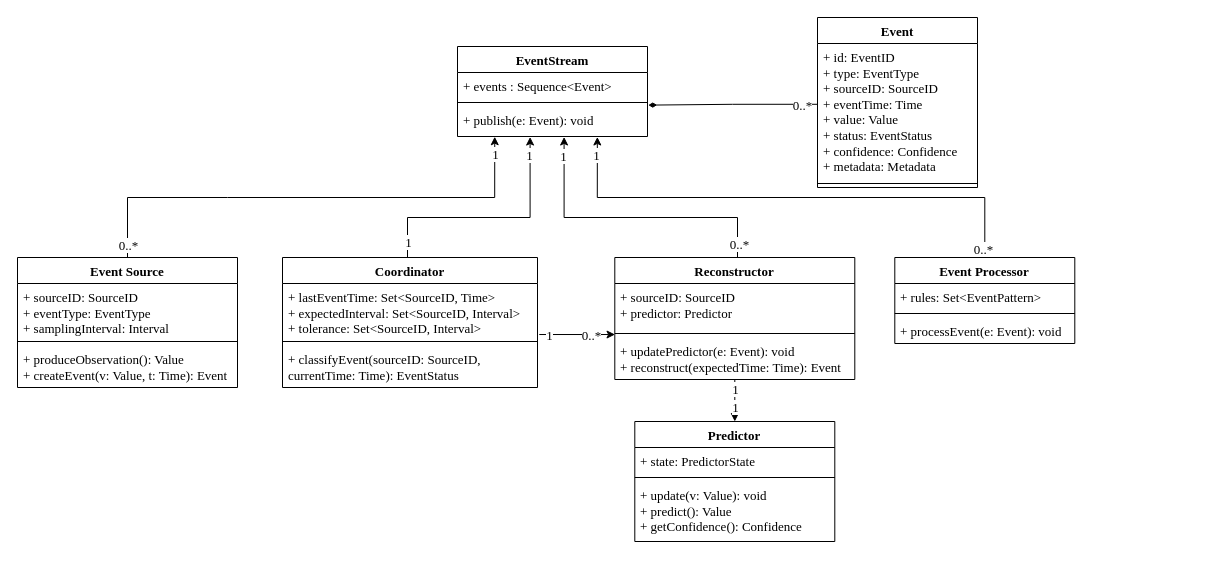
The draw.io diagram docs/Diagrams/Domain Model.drawio in ssm-lab/sots_cep, before the edit. Source tidied: cells renumbered, new cells numbered last; positions are measured from the earlier drawing's top-left corner, leaving out a move shared by most shapes. Both pictures are drawn from the tidied source at 100%, with x=0, y=0 at pixel (17, 17).
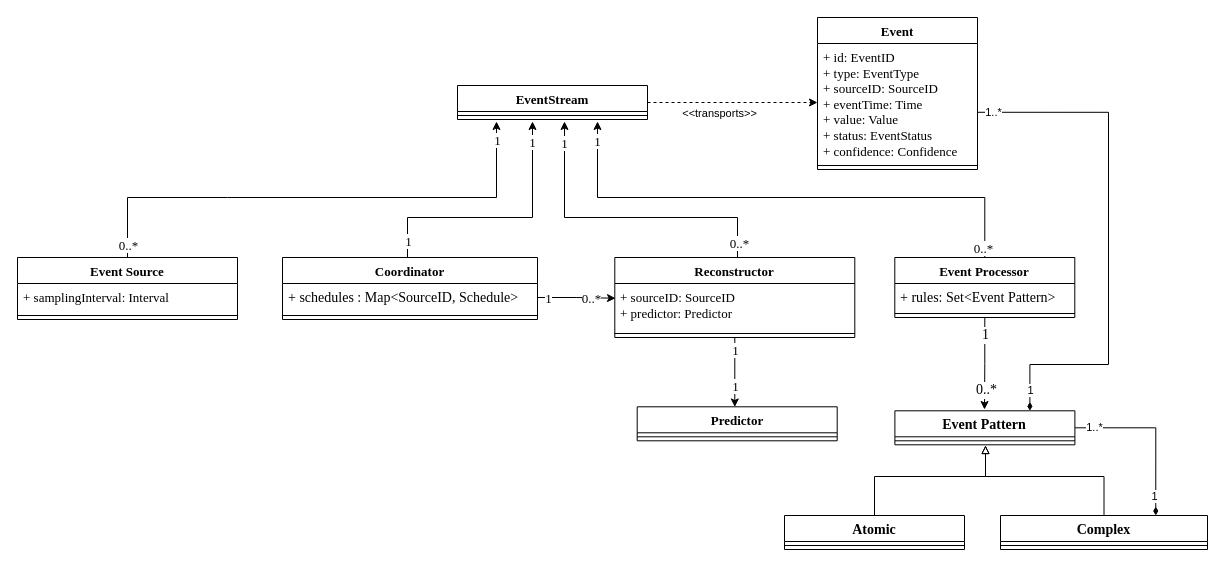
After the change.

The change refers to these unchanged cells:
```xml
<mxCell id="24" value="+ sourceID: SourceID&lt;div&gt;+ predictor: Predictor&lt;/div&gt;" style="text;strokeColor=none;fillColor=none;align=left;verticalAlign=top;spacingLeft=4;spacingRight=4;overflow=hidden;points=[[0,0.5],[1,0.5]];portConstraint=eastwest;whiteSpace=wrap;html=1;fontFamily=Times New Roman;fontSize=13;" parent="23" vertex="1">
  <mxGeometry y="26" width="240" height="46" as="geometry" />
</mxCell>
```

Diff of the diagram source:
```diff
@@
+    <mxCell id="49" style="edgeStyle=orthogonalEdgeStyle;rounded=0;jettySize=auto;html=1;exitX=1;exitY=0.5;exitDx=0;exitDy=0;entryX=0;entryY=0.5;entryDx=0;entryDy=0;dashed=1;" parent="1" edge="1" source="2" target="7">
+      <mxGeometry relative="1" as="geometry" />
+    </mxCell>
+    <mxCell id="50" value="&amp;lt;&amp;lt;transports&amp;gt;&amp;gt;" style="edgeLabel;html=1;align=center;verticalAlign=middle;" parent="49" vertex="1">
+      <mxGeometry x="-0.17" relative="1" as="geometry">
+        <mxPoint y="10" as="offset" />
+      </mxGeometry>
+    </mxCell>
     <mxCell id="2" value="EventStream" style="swimlane;fontStyle=1;align=center;verticalAlign=top;horizontal=1;startSize=26;whiteSpace=wrap;html=1;fontFamily=Times New Roman;fontSize=13;" parent="1" vertex="1">
-      <mxGeometry x="440" y="29" width="190" height="90" as="geometry" />
+      <mxGeometry x="440" y="68" width="190" height="34" as="geometry" />
     </mxCell>
-    <mxCell id="3" value="+&amp;nbsp;events : Sequence&amp;lt;Event&amp;gt;" style="text;strokeColor=none;fillColor=none;align=left;verticalAlign=top;spacingLeft=4;spacingRight=4;overflow=hidden;whiteSpace=wrap;html=1;fontFamily=Times New Roman;fontSize=13;" parent="2" vertex="1">
-      <mxGeometry y="26" width="190" height="26" as="geometry" />
-    </mxCell>
     <mxCell id="4" style="line;strokeWidth=1;fillColor=none;align=left;verticalAlign=middle;spacingTop=-1;spacingLeft=3;spacingRight=3;labelPosition=right;strokeColor=inherit;fontFamily=Times New Roman;fontSize=13;" parent="2" vertex="1">
-      <mxGeometry y="52" width="190" height="8" as="geometry" />
+      <mxGeometry y="26" width="190" height="8" as="geometry" />
     </mxCell>
-    <mxCell id="5" value="+ publish(e: Event): void" style="text;strokeColor=none;fillColor=none;align=left;verticalAlign=top;spacingLeft=4;spacingRight=4;overflow=hidden;points=[[0,0.5],[1,0.5]];portConstraint=eastwest;whiteSpace=wrap;html=1;fontFamily=Times New Roman;fontSize=13;" parent="2" vertex="1">
-      <mxGeometry y="60" width="190" height="30" as="geometry" />
-    </mxCell>
     <mxCell id="6" value="Event" style="swimlane;fontStyle=1;align=center;verticalAlign=top;horizontal=1;startSize=26;whiteSpace=wrap;html=1;fontFamily=Times New Roman;fontSize=13;" parent="1" vertex="1">
-      <mxGeometry x="800" width="160" height="170" as="geometry" />
+      <mxGeometry x="800" width="160" height="152" as="geometry" />
     </mxCell>
-    <mxCell id="7" value="+ id: EventID&lt;div&gt;+ type: EventType&lt;/div&gt;&lt;div&gt;+ sourceID: SourceID&lt;/div&gt;&lt;div&gt;+ eventTime: Time&lt;/div&gt;&lt;div&gt;+ value: Value&lt;/div&gt;&lt;div&gt;+ status: EventStatus&lt;/div&gt;&lt;div&gt;+ confidence: Confidence&lt;/div&gt;&lt;div&gt;+ metadata: Metadata&lt;/div&gt;" style="text;strokeColor=none;fillColor=none;align=left;verticalAlign=top;spacingLeft=4;spacingRight=4;overflow=hidden;points=[[0,0.5],[1,0.5]];portConstraint=eastwest;whiteSpace=wrap;html=1;fontFamily=Times New Roman;fontSize=13;" parent="6" vertex="1">
-      <mxGeometry y="26" width="160" height="136" as="geometry" />
+    <mxCell id="7" value="+ id: EventID&lt;div&gt;+ type: EventType&lt;/div&gt;&lt;div&gt;+ sourceID: SourceID&lt;/div&gt;&lt;div&gt;+ eventTime: Time&lt;/div&gt;&lt;div&gt;+ value: Value&lt;/div&gt;&lt;div&gt;+ status: EventStatus&lt;/div&gt;&lt;div&gt;+ confidence: Confidence&lt;/div&gt;" style="text;strokeColor=none;fillColor=none;align=left;verticalAlign=top;spacingLeft=4;spacingRight=4;overflow=hidden;points=[[0,0.5],[1,0.5]];portConstraint=eastwest;whiteSpace=wrap;html=1;fontFamily=Times New Roman;fontSize=13;" parent="6" vertex="1">
+      <mxGeometry y="26" width="160" height="118" as="geometry" />
     </mxCell>
     <mxCell id="8" style="line;strokeWidth=1;fillColor=none;align=left;verticalAlign=middle;spacingTop=-1;spacingLeft=3;spacingRight=3;labelPosition=right;strokeColor=inherit;fontFamily=Times New Roman;fontSize=13;" parent="6" vertex="1">
-      <mxGeometry y="162" width="160" height="8" as="geometry" />
+      <mxGeometry y="144" width="160" height="8" as="geometry" />
     </mxCell>
     <mxCell id="9" value="Predictor" style="swimlane;fontStyle=1;align=center;verticalAlign=top;horizontal=1;startSize=26;whiteSpace=wrap;html=1;fontFamily=Times New Roman;fontSize=13;" parent="1" vertex="1">
-      <mxGeometry x="617.3" y="404" width="200" height="120" as="geometry" />
+      <mxGeometry x="619.7" y="389.3" width="200" height="34" as="geometry" />
     </mxCell>
-    <mxCell id="10" value="+ state: PredictorState" style="text;strokeColor=none;fillColor=none;align=left;verticalAlign=top;spacingLeft=4;spacingRight=4;overflow=hidden;whiteSpace=wrap;html=1;fontFamily=Times New Roman;fontSize=13;" parent="9" vertex="1">
-      <mxGeometry y="26" width="200" height="26" as="geometry" />
-    </mxCell>
     <mxCell id="11" style="line;strokeWidth=1;fillColor=none;align=left;verticalAlign=middle;spacingTop=-1;spacingLeft=3;spacingRight=3;labelPosition=right;strokeColor=inherit;fontFamily=Times New Roman;fontSize=13;" parent="9" vertex="1">
-      <mxGeometry y="52" width="200" height="8" as="geometry" />
+      <mxGeometry y="26" width="200" height="8" as="geometry" />
     </mxCell>
-    <mxCell id="12" value="+ update(v: Value): void&lt;div&gt;+ predict(): Value&lt;/div&gt;&lt;div&gt;+ getConfidence(): Confidence&lt;/div&gt;" style="text;strokeColor=none;fillColor=none;align=left;verticalAlign=top;spacingLeft=4;spacingRight=4;overflow=hidden;whiteSpace=wrap;html=1;fontFamily=Times New Roman;fontSize=13;" parent="9" vertex="1">
-      <mxGeometry y="60" width="200" height="60" as="geometry" />
-    </mxCell>
-    <mxCell id="13" style="edgeStyle=orthogonalEdgeStyle;rounded=0;jettySize=auto;html=1;exitX=1.007;exitY=0.945;exitDx=0;exitDy=0;entryX=0.001;entryY=-0.071;entryDx=0;entryDy=0;entryPerimeter=0;fontFamily=Times New Roman;fontSize=13;exitPerimeter=0;" parent="1" edge="1" source="17" target="26">
+    <mxCell id="13" style="edgeStyle=orthogonalEdgeStyle;rounded=0;jettySize=auto;html=1;exitX=1;exitY=0.5;exitDx=0;exitDy=0;entryX=0.003;entryY=0.32;entryDx=0;entryDy=0;fontFamily=Times New Roman;fontSize=13;entryPerimeter=0;" parent="1" edge="1" source="17" target="24">
       <mxGeometry relative="1" as="geometry" />
     </mxCell>
@@
     <mxCell id="16" value="Coordinator" style="swimlane;fontStyle=1;align=center;verticalAlign=top;horizontal=1;startSize=26;whiteSpace=wrap;html=1;fontFamily=Times New Roman;fontSize=13;" parent="1" vertex="1">
-      <mxGeometry x="265" y="240" width="255" height="130" as="geometry" />
+      <mxGeometry x="265" y="240" width="255" height="62" as="geometry" />
     </mxCell>
-    <mxCell id="17" value="+ lastEventTime: Set&amp;lt;SourceID, Time&amp;gt;&lt;div&gt;+ expectedInterval: Set&amp;lt;SourceID, Interval&amp;gt;&lt;/div&gt;&lt;div&gt;+ tolerance: Set&amp;lt;SourceID, Interval&amp;gt;&lt;/div&gt;" style="text;strokeColor=none;fillColor=none;align=left;verticalAlign=top;spacingLeft=4;spacingRight=4;overflow=hidden;points=[[0,0.5],[1,0.5]];portConstraint=eastwest;whiteSpace=wrap;html=1;fontFamily=Times New Roman;fontSize=13;" parent="16" vertex="1">
-      <mxGeometry y="26" width="255" height="54" as="geometry" />
+    <mxCell id="17" value="&lt;span style=&quot;font-size: 14px;&quot;&gt;+ schedules : Map&amp;lt;SourceID, Schedule&amp;gt;&lt;/span&gt;" style="text;strokeColor=none;fillColor=none;align=left;verticalAlign=top;spacingLeft=4;spacingRight=4;overflow=hidden;points=[[0,0.5],[1,0.5]];portConstraint=eastwest;whiteSpace=wrap;html=1;fontFamily=Times New Roman;fontSize=13;" parent="16" vertex="1">
+      <mxGeometry y="26" width="255" height="28" as="geometry" />
     </mxCell>
     <mxCell id="18" style="line;strokeWidth=1;fillColor=none;align=left;verticalAlign=middle;spacingTop=-1;spacingLeft=3;spacingRight=3;labelPosition=right;strokeColor=inherit;fontFamily=Times New Roman;fontSize=13;" parent="16" vertex="1">
-      <mxGeometry y="80" width="255" height="8" as="geometry" />
+      <mxGeometry y="54" width="255" height="8" as="geometry" />
     </mxCell>
-    <mxCell id="19" value="&lt;div&gt;&lt;span style=&quot;background-color: transparent; color: light-dark(rgb(0, 0, 0), rgb(255, 255, 255));&quot;&gt;+ classifyEvent(sourceID: SourceID, currentTime: Time): EventStatus&lt;/span&gt;&lt;/div&gt;" style="text;strokeColor=none;fillColor=none;align=left;verticalAlign=top;spacingLeft=4;spacingRight=4;overflow=hidden;whiteSpace=wrap;html=1;fontFamily=Times New Roman;fontSize=13;" parent="16" vertex="1">
-      <mxGeometry y="88" width="255" height="42" as="geometry" />
-    </mxCell>
-    <mxCell id="20" style="edgeStyle=orthogonalEdgeStyle;rounded=0;jettySize=auto;html=1;exitX=0.5;exitY=1;exitDx=0;exitDy=0;entryX=0.5;entryY=0;entryDx=0;entryDy=0;fontFamily=Times New Roman;fontSize=13;" parent="1" edge="1" source="23" target="9">
+    <mxCell id="20" style="edgeStyle=orthogonalEdgeStyle;rounded=0;jettySize=auto;html=1;exitX=0.5;exitY=1;exitDx=0;exitDy=0;entryX=0.488;entryY=0.005;entryDx=0;entryDy=0;fontFamily=Times New Roman;fontSize=13;entryPerimeter=0;" parent="1" edge="1" source="23" target="9">
       <mxGeometry relative="1" as="geometry" />
     </mxCell>
@@
     <mxCell id="23" value="Reconstructor" style="swimlane;fontStyle=1;align=center;verticalAlign=top;horizontal=1;startSize=26;whiteSpace=wrap;html=1;fontFamily=Times New Roman;fontSize=13;" parent="1" vertex="1">
-      <mxGeometry x="597.3" y="240" width="240" height="122" as="geometry" />
+      <mxGeometry x="597.3" y="240" width="240" height="80" as="geometry" />
     </mxCell>
@@
-    <mxCell id="26" value="+ updatePredictor(e: Event): void&lt;div&gt;+ reconstruct(expectedTime: Time): Event&lt;/div&gt;" style="text;strokeColor=none;fillColor=none;align=left;verticalAlign=top;spacingLeft=4;spacingRight=4;overflow=hidden;points=[[0,0.5],[1,0.5]];portConstraint=eastwest;whiteSpace=wrap;html=1;fontFamily=Times New Roman;fontSize=13;" parent="23" vertex="1">
-      <mxGeometry y="80" width="240" height="42" as="geometry" />
-    </mxCell>
-    <mxCell id="27" style="edgeStyle=orthogonalEdgeStyle;rounded=0;jettySize=auto;html=1;exitX=0.5;exitY=0;exitDx=0;exitDy=0;entryX=0.196;entryY=1.007;entryDx=0;entryDy=0;entryPerimeter=0;fontFamily=Times New Roman;fontSize=13;" parent="1" edge="1" source="30" target="5">
+    <mxCell id="27" style="edgeStyle=orthogonalEdgeStyle;rounded=0;jettySize=auto;html=1;exitX=0.5;exitY=0;exitDx=0;exitDy=0;fontFamily=Times New Roman;fontSize=13;" parent="1" edge="1" source="30">
       <mxGeometry relative="1" as="geometry">
+        <mxPoint x="479" y="104" as="targetPoint" />
         <Array as="points">
           <mxPoint x="210" y="180" />
           <mxPoint x="471" y="180" />
         </Array>
       </mxGeometry>
     </mxCell>
@@
     <mxCell id="30" value="Event Source" style="swimlane;fontStyle=1;align=center;verticalAlign=top;horizontal=1;startSize=26;whiteSpace=wrap;html=1;fontFamily=Times New Roman;fontSize=13;" parent="1" vertex="1">
-      <mxGeometry y="240" width="220" height="130" as="geometry" />
+      <mxGeometry y="240" width="220" height="62" as="geometry" />
     </mxCell>
-    <mxCell id="31" value="+ sourceID: SourceID&lt;div&gt;+ eventType: EventType&lt;/div&gt;&lt;div&gt;+ samplingInterval: Interval&lt;/div&gt;" style="text;strokeColor=none;fillColor=none;align=left;verticalAlign=top;spacingLeft=4;spacingRight=4;overflow=hidden;whiteSpace=wrap;html=1;fontFamily=Times New Roman;fontSize=13;" parent="30" vertex="1">
-      <mxGeometry y="26" width="220" height="54" as="geometry" />
+    <mxCell id="31" value="&lt;div&gt;+ samplingInterval: Interval&lt;/div&gt;" style="text;strokeColor=none;fillColor=none;align=left;verticalAlign=top;spacingLeft=4;spacingRight=4;overflow=hidden;whiteSpace=wrap;html=1;fontFamily=Times New Roman;fontSize=13;" parent="30" vertex="1">
+      <mxGeometry y="26" width="220" height="28" as="geometry" />
     </mxCell>
     <mxCell id="32" style="line;strokeWidth=1;fillColor=none;align=left;verticalAlign=middle;spacingTop=-1;spacingLeft=3;spacingRight=3;labelPosition=right;strokeColor=inherit;fontFamily=Times New Roman;fontSize=13;" parent="30" vertex="1">
-      <mxGeometry y="80" width="220" height="8" as="geometry" />
+      <mxGeometry y="54" width="220" height="8" as="geometry" />
     </mxCell>
-    <mxCell id="33" value="+ produceObservation(): Value&lt;div&gt;+ createEvent(v: Value, t: Time): Event&lt;/div&gt;" style="text;strokeColor=none;fillColor=none;align=left;verticalAlign=top;spacingLeft=4;spacingRight=4;overflow=hidden;whiteSpace=wrap;html=1;fontFamily=Times New Roman;fontSize=13;" parent="30" vertex="1">
-      <mxGeometry y="88" width="220" height="42" as="geometry" />
-    </mxCell>
     <mxCell id="34" value="Event Processor" style="swimlane;fontStyle=1;align=center;verticalAlign=top;horizontal=1;startSize=26;whiteSpace=wrap;html=1;fontFamily=Times New Roman;fontSize=13;" parent="1" vertex="1">
-      <mxGeometry x="877.3" y="240" width="180" height="86" as="geometry" />
+      <mxGeometry x="877.3" y="240" width="180" height="60" as="geometry" />
     </mxCell>
-    <mxCell id="35" value="+ rules: Set&amp;lt;EventPattern&amp;gt;" style="text;strokeColor=none;fillColor=none;align=left;verticalAlign=top;spacingLeft=4;spacingRight=4;overflow=hidden;whiteSpace=wrap;html=1;fontFamily=Times New Roman;fontSize=13;" parent="34" vertex="1">
+    <mxCell id="35" value="&lt;span style=&quot;font-size: 14px;&quot;&gt;+ rules: Set&amp;lt;Event Pattern&amp;gt;&lt;/span&gt;" style="text;strokeColor=none;fillColor=none;align=left;verticalAlign=top;spacingLeft=4;spacingRight=4;overflow=hidden;whiteSpace=wrap;html=1;fontFamily=Times New Roman;fontSize=13;" parent="34" vertex="1">
       <mxGeometry y="26" width="180" height="26" as="geometry" />
     </mxCell>
@@
-    <mxCell id="37" value="+ processEvent(e: Event): void" style="text;strokeColor=none;fillColor=none;align=left;verticalAlign=top;spacingLeft=4;spacingRight=4;overflow=hidden;whiteSpace=wrap;html=1;fontFamily=Times New Roman;fontSize=13;" parent="34" vertex="1">
-      <mxGeometry y="60" width="180" height="26" as="geometry" />
-    </mxCell>
-    <mxCell id="38" style="edgeStyle=orthogonalEdgeStyle;rounded=0;jettySize=auto;html=1;entryX=0.561;entryY=1.016;entryDx=0;entryDy=0;entryPerimeter=0;fontFamily=Times New Roman;fontSize=13;" parent="1" edge="1" target="5">
+    <mxCell id="38" style="edgeStyle=orthogonalEdgeStyle;rounded=0;orthogonalLoop=1;jettySize=auto;html=1;fontFamily=Times New Roman;fontSize=13;" parent="1" edge="1">
       <mxGeometry relative="1" as="geometry">
         <mxPoint x="720" y="240" as="sourcePoint" />
+        <mxPoint x="547" y="104" as="targetPoint" />
         <Array as="points">
           <mxPoint x="720" y="240" />
           <mxPoint x="720" y="200" />
           <mxPoint x="547" y="200" />
         </Array>
       </mxGeometry>
     </mxCell>
@@
-    <mxCell id="41" style="edgeStyle=orthogonalEdgeStyle;rounded=0;jettySize=auto;html=1;entryX=0.736;entryY=1.016;entryDx=0;entryDy=0;entryPerimeter=0;exitX=0.5;exitY=0;exitDx=0;exitDy=0;fontFamily=Times New Roman;fontSize=13;" parent="1" edge="1" source="34" target="5">
+    <mxCell id="41" style="edgeStyle=orthogonalEdgeStyle;rounded=0;jettySize=auto;html=1;exitX=0.5;exitY=0;exitDx=0;exitDy=0;fontFamily=Times New Roman;fontSize=13;" parent="1" edge="1" source="34">
       <mxGeometry relative="1" as="geometry">
+        <mxPoint x="580" y="104" as="targetPoint" />
         <Array as="points">
           <mxPoint x="967" y="180" />
           <mxPoint x="580" y="180" />
         </Array>
       </mxGeometry>
     </mxCell>
@@
-    <mxCell id="44" style="edgeStyle=orthogonalEdgeStyle;rounded=0;jettySize=auto;html=1;entryX=0.382;entryY=1.017;entryDx=0;entryDy=0;entryPerimeter=0;fontFamily=Times New Roman;fontSize=13;" parent="1" edge="1" target="5">
+    <mxCell id="44" style="edgeStyle=orthogonalEdgeStyle;rounded=0;orthogonalLoop=1;jettySize=auto;html=1;fontFamily=Times New Roman;fontSize=13;" parent="1" edge="1">
       <mxGeometry relative="1" as="geometry">
         <mxPoint x="390" y="240" as="sourcePoint" />
+        <mxPoint x="515" y="104" as="targetPoint" />
         <Array as="points">
           <mxPoint x="390" y="240" />
           <mxPoint x="390" y="200" />
           <mxPoint x="513" y="200" />
         </Array>
       </mxGeometry>
     </mxCell>
@@
-    <mxCell id="47" style="edgeStyle=orthogonalEdgeStyle;rounded=0;jettySize=auto;html=1;exitX=-0.002;exitY=0.447;exitDx=0;exitDy=0;entryX=1.004;entryY=-0.046;entryDx=0;entryDy=0;entryPerimeter=0;endArrow=diamondThin;endFill=1;startSize=6;fontFamily=Times New Roman;fontSize=13;exitPerimeter=0;" parent="1" edge="1" source="7" target="5">
-      <mxGeometry relative="1" as="geometry">
-        <Array as="points">
-          <mxPoint x="715" y="87" />
-        </Array>
-      </mxGeometry>
-    </mxCell>
+    <mxCell id="51" style="edgeStyle=orthogonalEdgeStyle;rounded=0;jettySize=auto;html=1;exitX=0.5;exitY=1;exitDx=0;exitDy=0;fontFamily=Times New Roman;fontSize=14;" parent="1" edge="1" source="34">
+      <mxGeometry relative="1" as="geometry">
+        <mxPoint x="967" y="392" as="targetPoint" />
+      </mxGeometry>
+    </mxCell>
+    <mxCell id="52" value="1" style="edgeLabel;html=1;align=center;verticalAlign=middle;fontFamily=Times New Roman;fontSize=14;" parent="51" vertex="1">
+      <mxGeometry x="-0.75" y="-1" relative="1" as="geometry">
+        <mxPoint x="1" y="5" as="offset" />
+      </mxGeometry>
+    </mxCell>
-    <mxCell id="48" value="0..*" style="edgeLabel;html=1;align=center;verticalAlign=middle;fontFamily=Times New Roman;fontSize=13;" parent="47" vertex="1">
-      <mxGeometry x="0.03" relative="1" as="geometry">
-        <mxPoint x="72" y="1" as="offset" />
+    <mxCell id="48" value="0..*" style="edgeLabel;html=1;align=center;verticalAlign=middle;fontFamily=Times New Roman;fontSize=14;" parent="51" vertex="1">
+      <mxGeometry x="0.35" y="1" relative="1" as="geometry">
+        <mxPoint y="11" as="offset" />
       </mxGeometry>
     </mxCell>
+    <mxCell id="53" style="edgeStyle=orthogonalEdgeStyle;rounded=0;jettySize=auto;html=1;exitX=1;exitY=0.5;exitDx=0;exitDy=0;entryX=0.75;entryY=0;entryDx=0;entryDy=0;endArrow=diamondThin;endFill=1;" parent="1" edge="1" source="56" target="64">
+      <mxGeometry relative="1" as="geometry" />
+    </mxCell>
+    <mxCell id="54" value="1" style="edgeLabel;html=1;align=center;verticalAlign=middle;" parent="53" vertex="1">
+      <mxGeometry x="0.77" y="-2" relative="1" as="geometry" />
+    </mxCell>
+    <mxCell id="55" value="1..*" style="edgeLabel;html=1;align=center;verticalAlign=middle;" parent="53" vertex="1">
+      <mxGeometry x="-0.77" y="1" relative="1" as="geometry" />
+    </mxCell>
+    <mxCell id="56" value="Event Pattern" style="swimlane;fontStyle=1;align=center;verticalAlign=top;horizontal=1;startSize=26;whiteSpace=wrap;html=1;fontFamily=Times New Roman;fontSize=14;" parent="1" vertex="1">
+      <mxGeometry x="877.4" y="393.3" width="180" height="34" as="geometry" />
+    </mxCell>
+    <mxCell id="57" style="line;strokeWidth=1;fillColor=none;align=left;verticalAlign=middle;spacingTop=-1;spacingLeft=3;spacingRight=3;labelPosition=right;strokeColor=inherit;fontFamily=Times New Roman;fontSize=14;" parent="56" vertex="1">
+      <mxGeometry y="26" width="180" height="8" as="geometry" />
+    </mxCell>
+    <mxCell id="58" style="edgeStyle=orthogonalEdgeStyle;rounded=0;jettySize=auto;html=1;entryX=0.75;entryY=0;entryDx=0;entryDy=0;endArrow=diamondThin;endFill=1;exitX=1.002;exitY=0.583;exitDx=0;exitDy=0;exitPerimeter=0;" parent="1" edge="1" source="7" target="56">
+      <mxGeometry relative="1" as="geometry">
+        <Array as="points">
+          <mxPoint x="1091" y="95" />
+          <mxPoint x="1091" y="347" />
+          <mxPoint x="1012" y="347" />
+        </Array>
+      </mxGeometry>
+    </mxCell>
+    <mxCell id="59" value="1..*" style="edgeLabel;html=1;align=center;verticalAlign=middle;" parent="58" vertex="1">
+      <mxGeometry x="-0.94" relative="1" as="geometry" />
+    </mxCell>
+    <mxCell id="60" value="1" style="edgeLabel;html=1;align=center;verticalAlign=middle;" parent="58" vertex="1">
+      <mxGeometry x="0.92" relative="1" as="geometry" />
+    </mxCell>
+    <mxCell id="61" style="edgeStyle=orthogonalEdgeStyle;rounded=0;jettySize=auto;html=1;exitX=0.5;exitY=0;exitDx=0;exitDy=0;entryX=0.516;entryY=1.037;entryDx=0;entryDy=0;entryPerimeter=0;endArrow=block;endFill=0;fontFamily=Times New Roman;fontSize=14;" parent="1" edge="1" source="62">
+      <mxGeometry relative="1" as="geometry">
+        <mxPoint x="968" y="428" as="targetPoint" />
+        <Array as="points">
+          <mxPoint x="857" y="459" />
+          <mxPoint x="968" y="459" />
+        </Array>
+      </mxGeometry>
+    </mxCell>
+    <mxCell id="62" value="Atomic" style="swimlane;fontStyle=1;align=center;verticalAlign=top;horizontal=1;startSize=26;whiteSpace=wrap;html=1;fontFamily=Times New Roman;fontSize=14;" parent="1" vertex="1">
+      <mxGeometry x="767" y="498" width="180" height="34" as="geometry" />
+    </mxCell>
+    <mxCell id="63" style="line;strokeWidth=1;fillColor=none;align=left;verticalAlign=middle;spacingTop=-1;spacingLeft=3;spacingRight=3;labelPosition=right;strokeColor=inherit;fontFamily=Times New Roman;fontSize=14;" parent="62" vertex="1">
+      <mxGeometry y="26" width="180" height="8" as="geometry" />
+    </mxCell>
+    <mxCell id="64" value="Complex" style="swimlane;fontStyle=1;align=center;verticalAlign=top;horizontal=1;startSize=26;whiteSpace=wrap;html=1;fontFamily=Times New Roman;fontSize=14;" parent="1" vertex="1">
+      <mxGeometry x="983" y="498" width="207" height="34" as="geometry" />
+    </mxCell>
+    <mxCell id="65" style="line;strokeWidth=1;fillColor=none;align=left;verticalAlign=middle;spacingTop=-1;spacingLeft=3;spacingRight=3;labelPosition=right;strokeColor=inherit;fontFamily=Times New Roman;fontSize=14;" parent="64" vertex="1">
+      <mxGeometry y="26" width="207" height="8" as="geometry" />
+    </mxCell>
+    <mxCell id="66" style="edgeStyle=orthogonalEdgeStyle;rounded=0;jettySize=auto;html=1;exitX=0.5;exitY=0;exitDx=0;exitDy=0;endArrow=block;endFill=0;entryX=0.517;entryY=1.022;entryDx=0;entryDy=0;entryPerimeter=0;fontFamily=Times New Roman;fontSize=14;" parent="1" edge="1" source="64">
+      <mxGeometry relative="1" as="geometry">
+        <mxPoint x="968" y="428" as="targetPoint" />
+        <Array as="points">
+          <mxPoint x="1087" y="459" />
+          <mxPoint x="968" y="459" />
+        </Array>
+      </mxGeometry>
+    </mxCell>
```
